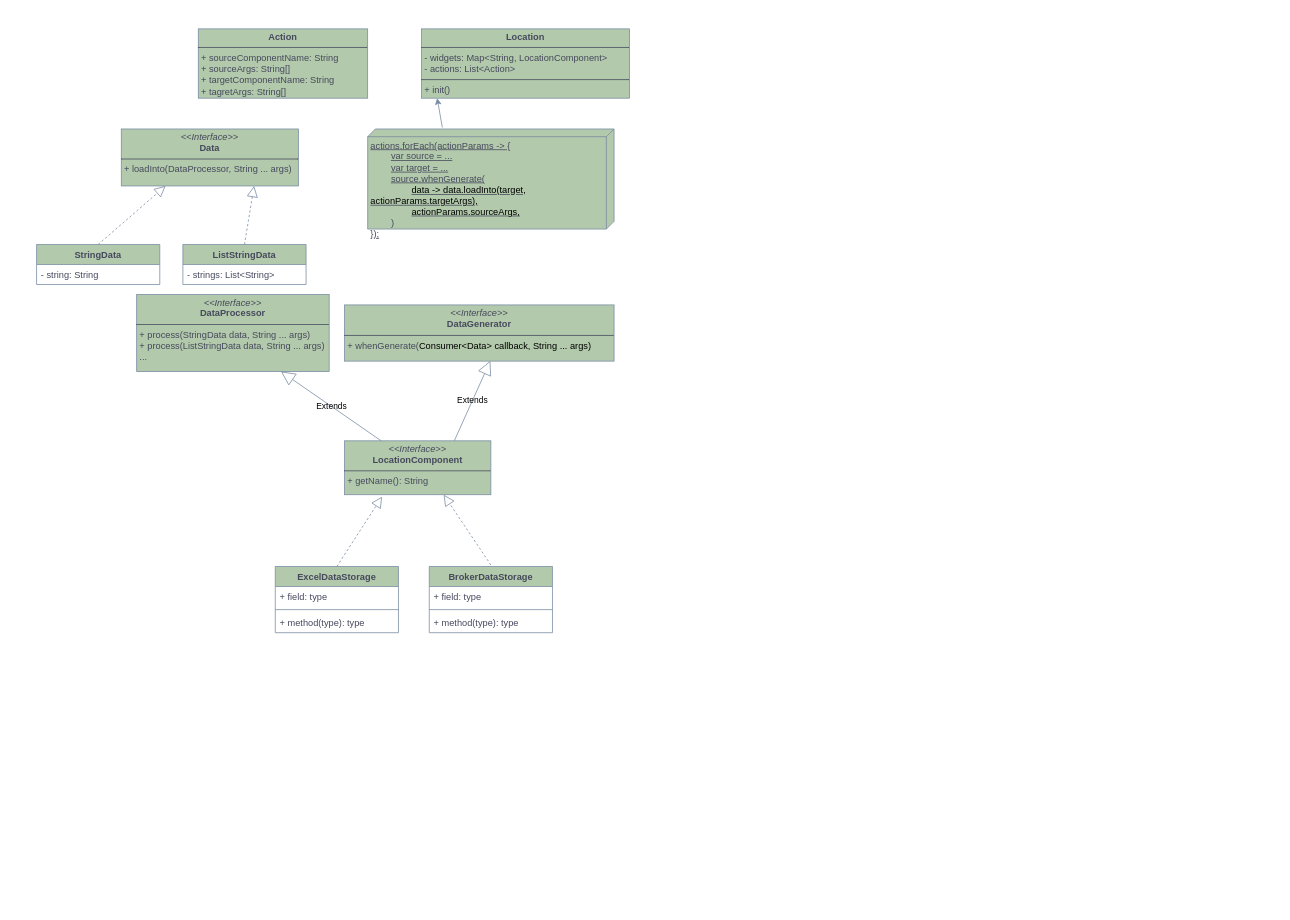
Above: docs/scheme abstract.drawio in AndriyKramar2288/home-dear-home (draw.io), before the change. Source tidied: cells renumbered, new cells numbered last; positions are measured from the earlier drawing's top-left corner, leaving out a move shared by most shapes. Both pictures are drawn from the tidied source at 77%, with x=0, y=0 at pixel (36, 28).
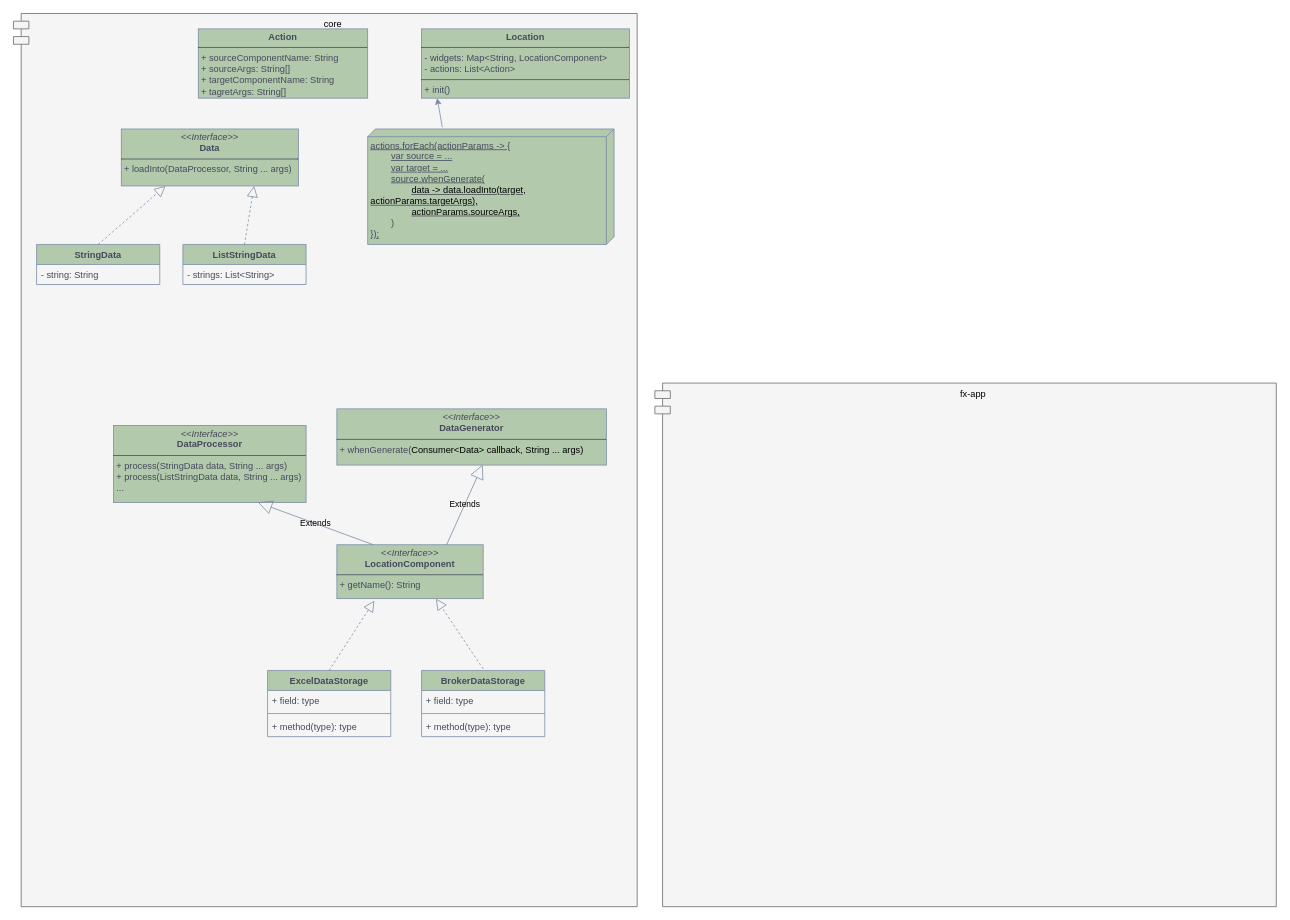
The same page after the edit.

Diff of the diagram source:
```diff
@@
+    <mxCell id="28" value="&lt;font style=&quot;color: rgb(0, 0, 0);&quot;&gt;core&lt;/font&gt;" style="shape=module;align=left;spacingLeft=20;align=center;verticalAlign=top;whiteSpace=wrap;html=1;fillColor=#f5f5f5;fontColor=#333333;strokeColor=#666666;" parent="1" vertex="1">
+      <mxGeometry x="-30" y="-20" width="810" height="1160" as="geometry" />
+    </mxCell>
@@
     <mxCell id="6" value="ExcelDataStorage" style="swimlane;fontStyle=1;align=center;verticalAlign=top;horizontal=1;startSize=26;whiteSpace=wrap;html=1;labelBackgroundColor=none;fillColor=#B2C9AB;strokeColor=#788AA3;fontColor=#46495D;" parent="1" vertex="1">
-      <mxGeometry x="310" y="698.2" width="160" height="86" as="geometry" />
+      <mxGeometry x="300" y="833.2" width="160" height="86" as="geometry" />
     </mxCell>
@@
     <mxCell id="10" value="BrokerDataStorage" style="swimlane;fontStyle=1;align=center;verticalAlign=top;horizontal=1;startSize=26;whiteSpace=wrap;html=1;labelBackgroundColor=none;fillColor=#B2C9AB;strokeColor=#788AA3;fontColor=#46495D;" parent="1" vertex="1">
-      <mxGeometry x="510" y="698.2" width="160" height="86" as="geometry" />
+      <mxGeometry x="500" y="833.2" width="160" height="86" as="geometry" />
     </mxCell>
@@
     <mxCell id="14" style="endArrow=block;dashed=1;endFill=0;endSize=12;html=1;rounded=0;exitX=0.5;exitY=0;exitDx=0;exitDy=0;entryX=0.371;entryY=1.013;entryDx=0;entryDy=0;entryPerimeter=0;labelBackgroundColor=none;fontColor=default;strokeColor=#788AA3;" parent="1" edge="1" source="6">
       <mxGeometry relative="1" as="geometry">
-        <mxPoint x="448.7" y="607.5" as="targetPoint" />
+        <mxPoint x="438.7" y="742.5" as="targetPoint" />
       </mxGeometry>
     </mxCell>
     <mxCell id="15" style="endArrow=block;dashed=1;endFill=0;endSize=12;html=1;rounded=0;entryX=0.621;entryY=0.988;entryDx=0;entryDy=0;entryPerimeter=0;labelBackgroundColor=none;fontColor=default;strokeColor=#788AA3;" parent="1" edge="1">
       <mxGeometry relative="1" as="geometry">
-        <mxPoint x="590" y="696.2" as="sourcePoint" />
-        <mxPoint x="528.7" y="605" as="targetPoint" />
+        <mxPoint x="580" y="831.2" as="sourcePoint" />
+        <mxPoint x="518.7" y="740" as="targetPoint" />
       </mxGeometry>
     </mxCell>
@@
     <mxCell id="20" value="&lt;p style=&quot;margin:0px;margin-top:4px;text-align:center;&quot;&gt;&lt;i&gt;&amp;lt;&amp;lt;Interface&amp;gt;&amp;gt;&lt;/i&gt;&lt;br&gt;&lt;b&gt;DataProcessor&lt;/b&gt;&lt;/p&gt;&lt;hr size=&quot;1&quot; style=&quot;border-style: solid;&quot;&gt;&lt;p style=&quot;margin: 0px 0px 0px 4px;&quot;&gt;+ process(StringData data, String ... args)&lt;br&gt;+ process(ListStringData data, String ... args)&lt;/p&gt;&lt;p style=&quot;margin: 0px 0px 0px 4px;&quot;&gt;...&lt;/p&gt;" style="verticalAlign=top;align=left;overflow=fill;html=1;whiteSpace=wrap;labelBackgroundColor=none;fillColor=#B2C9AB;strokeColor=#788AA3;fontColor=#46495D;" parent="1" vertex="1">
-      <mxGeometry x="130" y="345" width="250" height="100" as="geometry" />
+      <mxGeometry x="100" y="515" width="250" height="100" as="geometry" />
     </mxCell>
     <mxCell id="21" value="&lt;p style=&quot;margin:0px;margin-top:4px;text-align:center;&quot;&gt;&lt;i&gt;&amp;lt;&amp;lt;Interface&amp;gt;&amp;gt;&lt;/i&gt;&lt;br&gt;&lt;b&gt;DataGenerator&lt;/b&gt;&lt;/p&gt;&lt;hr size=&quot;1&quot; style=&quot;border-style:solid;&quot;&gt;&lt;p style=&quot;margin:0px;margin-left:4px;&quot;&gt;+ whenGenerate(&lt;span style=&quot;background-color: transparent; color: light-dark(rgb(0, 0, 0), rgb(255, 255, 255));&quot;&gt;Consumer&amp;lt;Data&amp;gt; callback, String ... args&lt;/span&gt;&lt;span style=&quot;background-color: transparent; color: light-dark(rgb(0, 0, 0), rgb(255, 255, 255));&quot;&gt;)&lt;/span&gt;&lt;/p&gt;" style="verticalAlign=top;align=left;overflow=fill;html=1;whiteSpace=wrap;labelBackgroundColor=none;fillColor=#B2C9AB;strokeColor=#788AA3;fontColor=#46495D;" parent="1" vertex="1">
-      <mxGeometry x="400" y="358.5" width="350" height="73" as="geometry" />
+      <mxGeometry x="390" y="493.5" width="350" height="73" as="geometry" />
     </mxCell>
     <mxCell id="22" value="&lt;p style=&quot;margin:0px;margin-top:4px;text-align:center;&quot;&gt;&lt;i&gt;&amp;lt;&amp;lt;Interface&amp;gt;&amp;gt;&lt;/i&gt;&lt;br&gt;&lt;b&gt;LocationComponent&lt;/b&gt;&lt;/p&gt;&lt;hr size=&quot;1&quot; style=&quot;border-style:solid;&quot;&gt;&lt;p style=&quot;margin:0px;margin-left:4px;&quot;&gt;+ getName(): String&lt;/p&gt;" style="verticalAlign=top;align=left;overflow=fill;html=1;whiteSpace=wrap;labelBackgroundColor=none;fillColor=#B2C9AB;strokeColor=#788AA3;fontColor=#46495D;" parent="1" vertex="1">
-      <mxGeometry x="400" y="535" width="190" height="70" as="geometry" />
+      <mxGeometry x="390" y="670" width="190" height="70" as="geometry" />
     </mxCell>
@@
     <mxCell id="26" value="actions.forEach(actionParams -&amp;gt; {&lt;div&gt;&lt;span style=&quot;white-space: pre;&quot;&gt;&#9;&lt;/span&gt;var source = ...&lt;br&gt;&lt;/div&gt;&lt;div&gt;&lt;span style=&quot;white-space: pre;&quot;&gt;&#9;&lt;/span&gt;var target = ...&lt;br&gt;&lt;/div&gt;&lt;div&gt;&lt;span style=&quot;white-space: pre;&quot;&gt;&#9;&lt;/span&gt;source.whenGenerate(&lt;/div&gt;&lt;div&gt;&lt;span style=&quot;white-space: pre;&quot;&gt;&#9;&lt;/span&gt;&lt;span style=&quot;white-space: pre;&quot;&gt;&#9;&lt;/span&gt;&lt;span style=&quot;background-color: transparent; color: light-dark(rgb(0, 0, 0), rgb(255, 255, 255));&quot;&gt;data -&amp;gt; data.loadInto(target, actionParams.targetArgs),&lt;/span&gt;&lt;/div&gt;&lt;div&gt;&lt;span style=&quot;background-color: transparent; color: light-dark(rgb(0, 0, 0), rgb(255, 255, 255));&quot;&gt;&lt;span style=&quot;white-space: pre;&quot;&gt;&#9;&lt;/span&gt;&lt;span style=&quot;white-space: pre;&quot;&gt;&#9;&lt;/span&gt;actionParams.sourceArgs,&lt;/span&gt;&lt;/div&gt;&lt;div&gt;&lt;span style=&quot;white-space: pre;&quot;&gt;&#9;&lt;/span&gt;)&lt;br&gt;&lt;/div&gt;&lt;div&gt;});&lt;/div&gt;" style="verticalAlign=top;align=left;spacingTop=8;spacingLeft=2;spacingRight=12;shape=cube;size=10;direction=south;fontStyle=4;html=1;whiteSpace=wrap;labelBackgroundColor=none;fillColor=#B2C9AB;strokeColor=#788AA3;fontColor=#46495D;" parent="1" vertex="1">
-      <mxGeometry x="430" y="130" width="320" height="130" as="geometry" />
+      <mxGeometry x="430" y="130" width="320" height="150" as="geometry" />
     </mxCell>
@@
+    <mxCell id="29" value="&lt;font style=&quot;color: rgb(0, 0, 0);&quot;&gt;fx-app&lt;/font&gt;" style="shape=module;align=left;spacingLeft=20;align=center;verticalAlign=top;whiteSpace=wrap;html=1;fillColor=#f5f5f5;fontColor=#333333;strokeColor=#666666;" parent="1" vertex="1">
+      <mxGeometry x="803" y="460" width="807" height="680" as="geometry" />
+    </mxCell>
```
